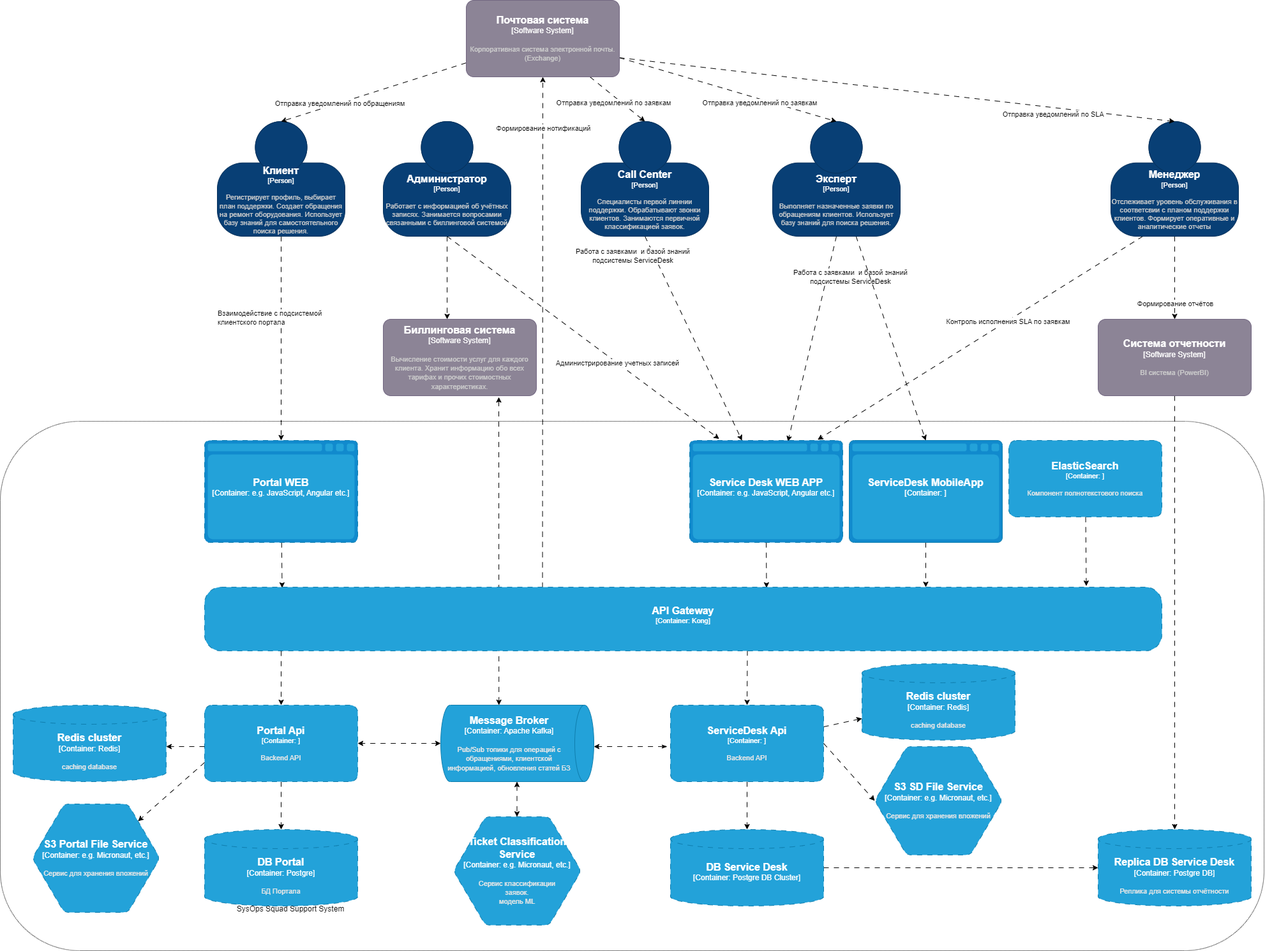
The draw.io diagram diagrams/C4-container.drawio.png in misterpavelbak/otus-arch-course, before a commit. Source tidied: cells renumbered, new cells last; positions are measured from the earlier drawing's top-left corner, leaving out a move shared by most shapes.
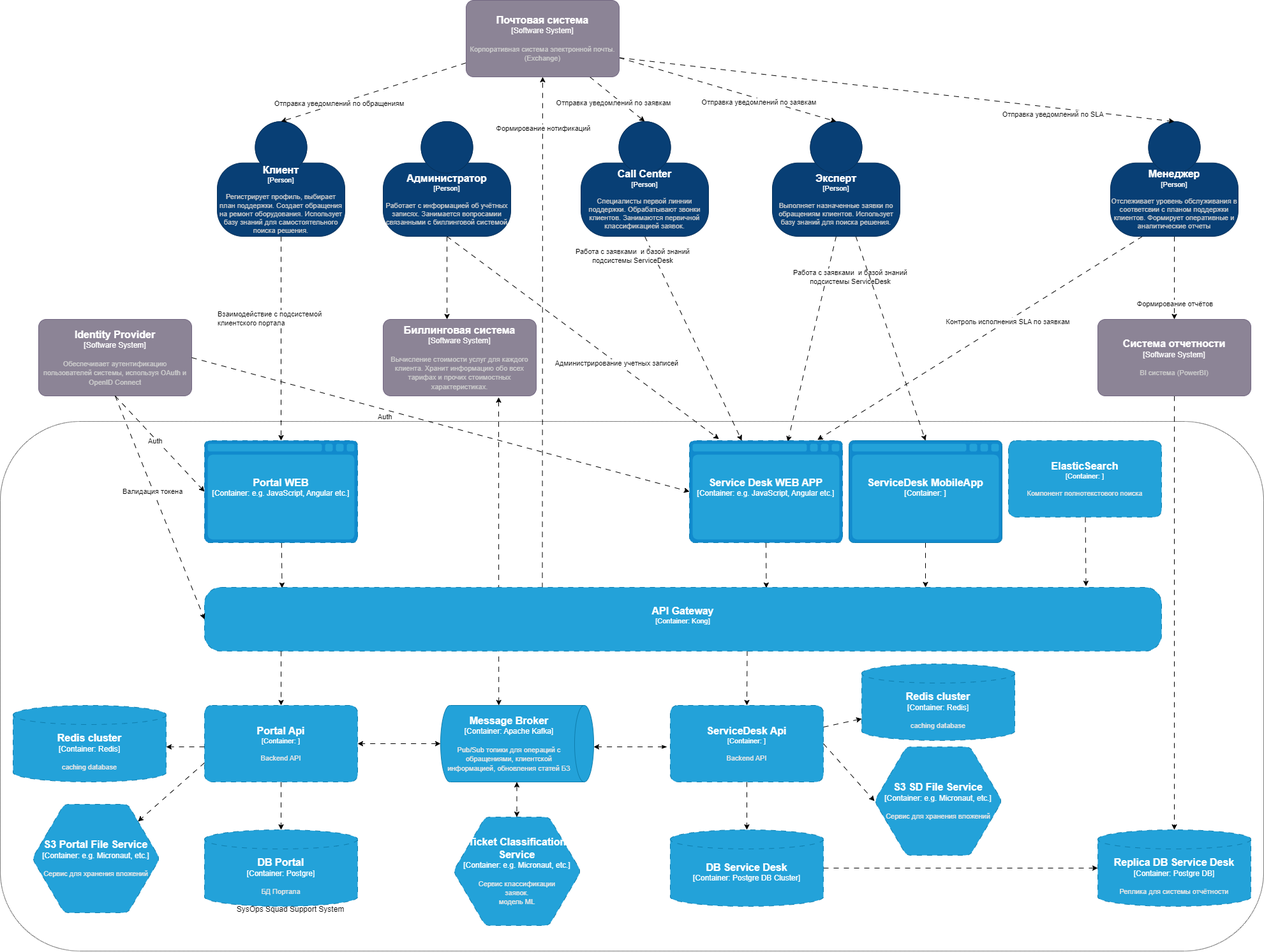
Above is the later version.

Commit message:
upd diag

The edit, as a diff of the source:
```diff
@@ -288,5 +288,34 @@
     <mxCell id="71" style="edgeStyle=none;html=1;dashed=1;dashPattern=8 8;exitX=1;exitY=0.5;exitDx=0;exitDy=0;exitPerimeter=0;entryX=0;entryY=0.5;entryDx=0;entryDy=0;entryPerimeter=0;" parent="1" edge="1" source="50" target="70">
       <mxGeometry relative="1" as="geometry" />
     </mxCell>
+    <object id="72" label="&lt;font style=&quot;font-size: 16px&quot;&gt;&lt;b&gt;%c4Name%&lt;/b&gt;&lt;/font&gt;&lt;div&gt;[%c4Type%]&lt;/div&gt;&lt;br&gt;&lt;div&gt;&lt;font style=&quot;font-size: 11px&quot;&gt;&lt;font color=&quot;#cccccc&quot;&gt;%c4Description%&lt;/font&gt;&lt;/div&gt;" c4Description="Обеспечивает аутентификацию пользователей системы, используя OAuth и OpenID Connect" c4Name="Identity Provider" c4Type="Software System" placeholders="1">
+      <mxCell style="rounded=1;whiteSpace=wrap;html=1;labelBackgroundColor=none;fillColor=#8C8496;fontColor=#ffffff;align=center;arcSize=10;strokeColor=#736782;points=[[0.25,0,0],[0.5,0,0],[0.75,0,0],[1,0.25,0],[1,0.5,0],[1,0.75,0],[0.75,1,0],[0.5,1,0],[0.25,1,0],[0,0.75,0],[0,0.5,0],[0,0.25,0]];" parent="1" vertex="1">
+        <mxGeometry x="60" y="500" width="240" height="120" as="geometry" />
+      </mxCell>
+    </object>
+    <mxCell id="73" style="edgeStyle=none;html=1;exitX=0.5;exitY=1;exitDx=0;exitDy=0;exitPerimeter=0;entryX=0;entryY=0.5;entryDx=0;entryDy=0;entryPerimeter=0;dashed=1;dashPattern=8 8;" parent="1" edge="1" source="72" target="40">
+      <mxGeometry relative="1" as="geometry" />
+    </mxCell>
+    <mxCell id="74" value="Auth" style="edgeLabel;html=1;align=left;verticalAlign=middle;" parent="73" vertex="1">
+      <mxGeometry x="-0.24" y="1" relative="1" as="geometry">
+        <mxPoint x="-4" y="14" as="offset" />
+      </mxGeometry>
+    </mxCell>
+    <mxCell id="75" style="edgeStyle=none;html=1;exitX=0.5;exitY=1;exitDx=0;exitDy=0;exitPerimeter=0;entryX=0;entryY=0.5;entryDx=0;entryDy=0;entryPerimeter=0;dashed=1;dashPattern=8 8;" parent="1" edge="1" source="72" target="44">
+      <mxGeometry relative="1" as="geometry" />
+    </mxCell>
+    <mxCell id="76" value="Валидация токена" style="edgeLabel;html=1;align=left;verticalAlign=middle;" parent="75" vertex="1">
+      <mxGeometry x="-0.24" y="1" relative="1" as="geometry">
+        <mxPoint x="-44" y="18" as="offset" />
+      </mxGeometry>
+    </mxCell>
+    <mxCell id="77" style="edgeStyle=none;html=1;exitX=1;exitY=0.5;exitDx=0;exitDy=0;exitPerimeter=0;entryX=0;entryY=0.5;entryDx=0;entryDy=0;entryPerimeter=0;dashed=1;dashPattern=8 8;" parent="1" edge="1" source="72" target="42">
+      <mxGeometry relative="1" as="geometry" />
+    </mxCell>
+    <mxCell id="78" value="Auth" style="edgeLabel;html=1;align=left;verticalAlign=middle;" parent="77" vertex="1">
+      <mxGeometry x="-0.24" y="1" relative="1" as="geometry">
+        <mxPoint x="-4" y="14" as="offset" />
+      </mxGeometry>
+    </mxCell>
   </root>
 </mxGraphModel>
```
